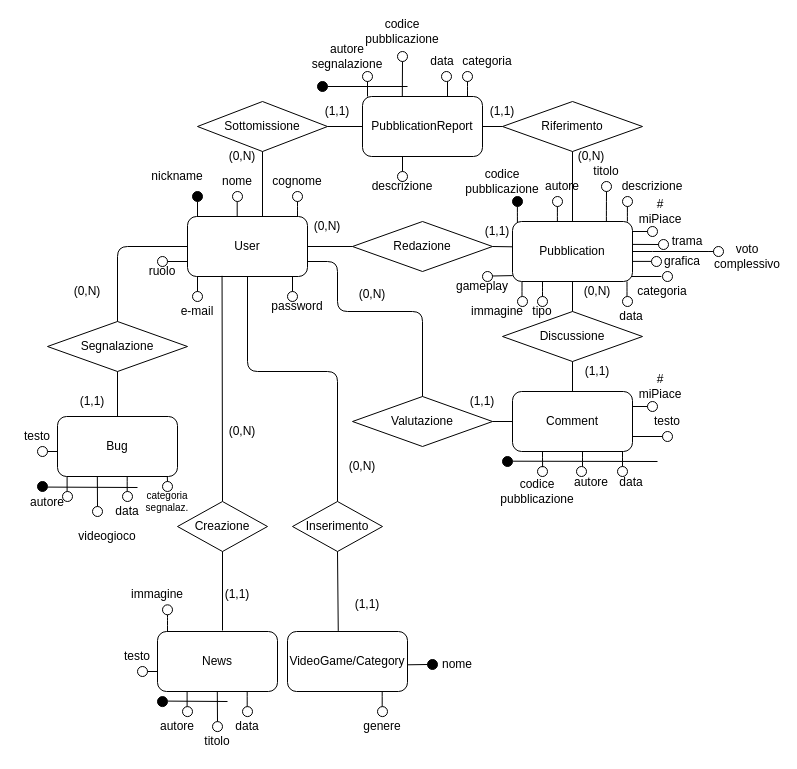
Before: SDD/Schema E-R/ER-Ristrutturato.drawio in StraGame/StraGame, a draw.io diagram. Source tidied: cells renumbered, new cells numbered last; positions are measured from the earlier drawing's top-left corner, leaving out a move shared by most shapes. Both pictures are drawn from the tidied source at 100%, with x=0, y=0 at pixel (17, 21).
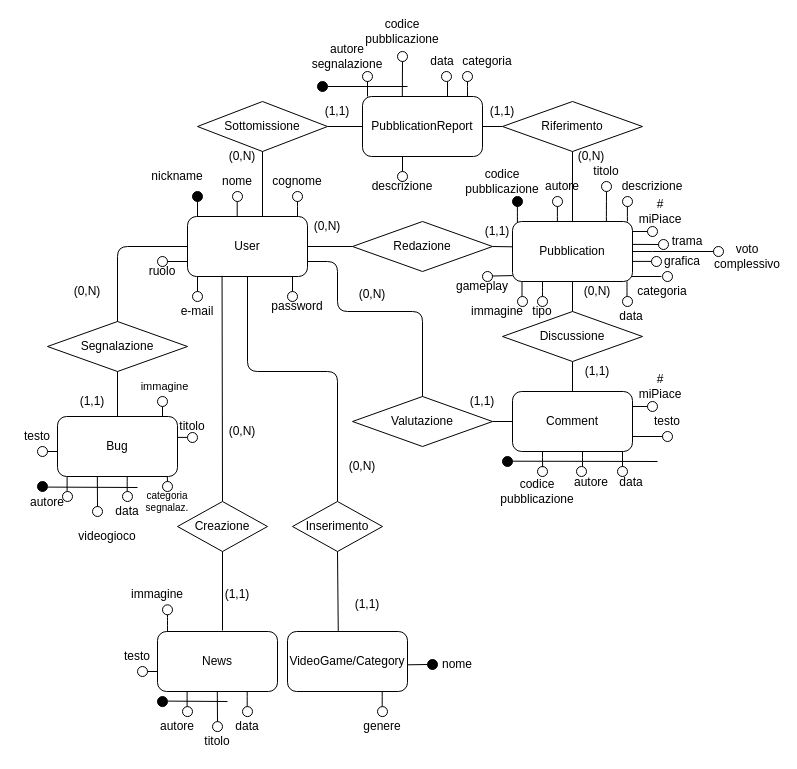
The same diagram, later.

Diff of the diagram source:
```diff
@@
+    <mxCell id="180" value="titolo" style="text;html=1;strokeColor=none;fillColor=none;align=center;verticalAlign=middle;whiteSpace=wrap;rounded=0;" parent="1" vertex="1">
+      <mxGeometry x="155" y="395" width="40" height="20" as="geometry" />
+    </mxCell>
+    <mxCell id="181" style="endArrow=none;html=1;" parent="1" edge="1">
+      <mxGeometry relative="1" as="geometry">
+        <mxPoint x="160" y="415.9" as="sourcePoint" />
+        <mxPoint x="170" y="415.9" as="targetPoint" />
+      </mxGeometry>
+    </mxCell>
+    <mxCell id="182" style="ellipse;whiteSpace=wrap;html=1;fillColor=none;" parent="1" vertex="1">
+      <mxGeometry x="170" y="411" width="10" height="10" as="geometry" />
+    </mxCell>
+    <mxCell id="183" style="endArrow=none;html=1;entryX=0.5;entryY=1;entryDx=0;entryDy=0;" parent="1" edge="1">
+      <mxGeometry relative="1" as="geometry">
+        <mxPoint x="145" y="395" as="sourcePoint" />
+        <mxPoint x="145" y="385" as="targetPoint" />
+        <Array as="points">
+          <mxPoint x="145" y="390" />
+        </Array>
+      </mxGeometry>
+    </mxCell>
+    <mxCell id="184" style="ellipse;whiteSpace=wrap;html=1;fillColor=none;" parent="1" vertex="1">
+      <mxGeometry x="140" y="375" width="10" height="10" as="geometry" />
+    </mxCell>
+    <mxCell id="185" value="&lt;font style=&quot;font-size: 11px&quot;&gt;immagine&lt;/font&gt;" style="text;html=1;strokeColor=none;fillColor=none;align=center;verticalAlign=middle;whiteSpace=wrap;rounded=0;" parent="1" vertex="1">
+      <mxGeometry x="128" y="355" width="39" height="20" as="geometry" />
+    </mxCell>
```
